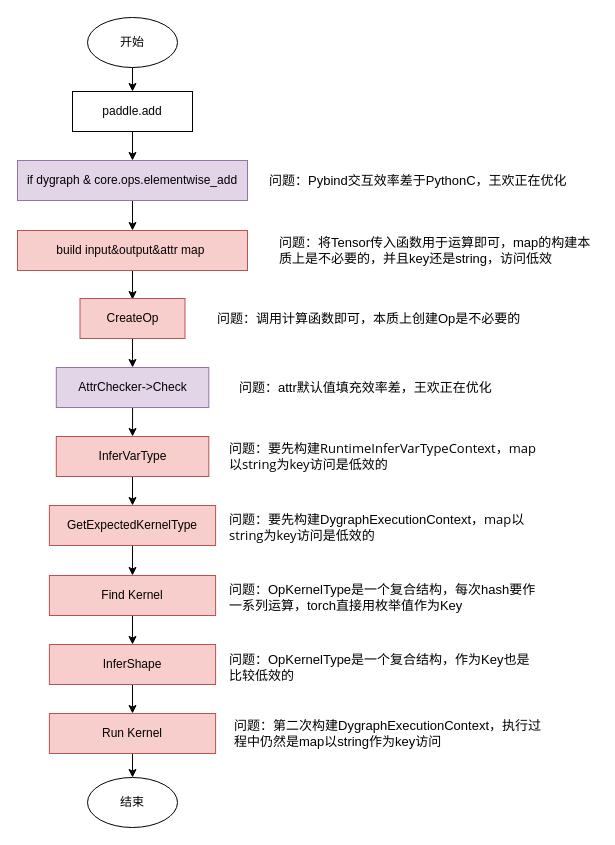
Above: page "paddle-path" (4 of 14) of op2func.drawio in chenwhql/diagrams (draw.io), before the change. Source tidied: cells renumbered, new cells numbered last; positions are measured from the earlier drawing's top-left corner, leaving out a move shared by most shapes. Both pictures are drawn from the tidied source at 100%, with x=0, y=0 at pixel (17, 17).
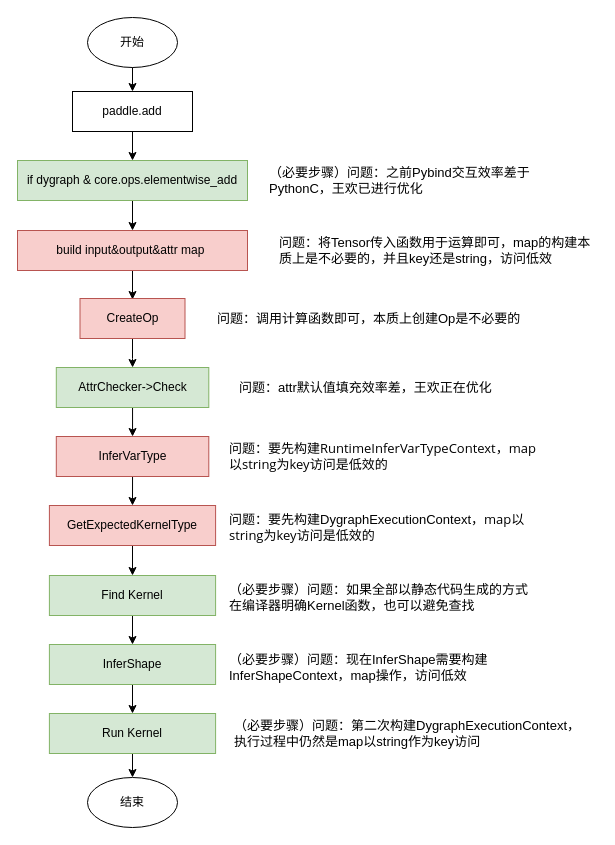
After the change.

Change to the diagram source:
```diff
@@
-    <mxCell id="5" value="if dygraph &amp;amp; core.ops.elementwise_add" style="rounded=0;whiteSpace=wrap;html=1;fillColor=#e1d5e7;strokeColor=#9673a6;" parent="1" vertex="1">
+    <mxCell id="5" value="if dygraph &amp;amp; core.ops.elementwise_add" style="rounded=0;whiteSpace=wrap;html=1;fillColor=#d5e8d4;strokeColor=#82b366;" parent="1" vertex="1">
       <mxGeometry y="143" width="230" height="40" as="geometry" />
     </mxCell>
@@
-    <mxCell id="11" value="AttrChecker-&amp;gt;Check" style="rounded=0;whiteSpace=wrap;html=1;fillColor=#e1d5e7;strokeColor=#9673a6;" parent="1" vertex="1">
+    <mxCell id="11" value="AttrChecker-&amp;gt;Check" style="rounded=0;whiteSpace=wrap;html=1;fillColor=#d5e8d4;strokeColor=#82b366;" parent="1" vertex="1">
       <mxGeometry x="38.8" y="350" width="152.5" height="40" as="geometry" />
     </mxCell>
@@
-    <mxCell id="17" value="Find Kernel" style="rounded=0;whiteSpace=wrap;html=1;fillColor=#f8cecc;strokeColor=#b85450;" parent="1" vertex="1">
+    <mxCell id="17" value="Find Kernel" style="rounded=0;whiteSpace=wrap;html=1;fillColor=#d5e8d4;strokeColor=#82b366;" parent="1" vertex="1">
       <mxGeometry x="31.9" y="558" width="166.2" height="40" as="geometry" />
     </mxCell>
@@
-    <mxCell id="19" value="InferShape" style="rounded=0;whiteSpace=wrap;html=1;fillColor=#f8cecc;strokeColor=#b85450;" parent="1" vertex="1">
+    <mxCell id="19" value="InferShape" style="rounded=0;whiteSpace=wrap;html=1;fillColor=#d5e8d4;strokeColor=#82b366;" parent="1" vertex="1">
       <mxGeometry x="31.9" y="627" width="166.2" height="40" as="geometry" />
     </mxCell>
@@
-    <mxCell id="21" value="Run Kernel" style="rounded=0;whiteSpace=wrap;html=1;fillColor=#f8cecc;strokeColor=#b85450;" parent="1" vertex="1">
+    <mxCell id="21" value="Run Kernel" style="rounded=0;whiteSpace=wrap;html=1;fillColor=#d5e8d4;strokeColor=#82b366;" parent="1" vertex="1">
       <mxGeometry x="31.9" y="696" width="166.2" height="40" as="geometry" />
     </mxCell>
@@
-    <mxCell id="29" value="问题：OpKernelType是一个复合结构，每次hash要作一系列运算，torch直接用枚举值作为Key" style="text;html=1;strokeColor=none;fillColor=none;align=left;verticalAlign=middle;whiteSpace=wrap;rounded=0;labelBackgroundColor=#ffffff;fontSize=13;fontColor=#000000;" parent="1" vertex="1">
+    <mxCell id="29" value="（必要步骤）问题：如果全部以静态代码生成的方式在编译器明确Kernel函数，也可以避免查找" style="text;html=1;strokeColor=none;fillColor=none;align=left;verticalAlign=middle;whiteSpace=wrap;rounded=0;labelBackgroundColor=#ffffff;fontSize=13;fontColor=#000000;" parent="1" vertex="1">
       <mxGeometry x="210" y="570" width="310" height="20" as="geometry" />
     </mxCell>
-    <mxCell id="30" value="问题：OpKernelType是一个复合结构，作为Key也是比较低效的" style="text;html=1;strokeColor=none;fillColor=none;align=left;verticalAlign=middle;whiteSpace=wrap;rounded=0;labelBackgroundColor=#ffffff;fontSize=13;fontColor=#000000;" parent="1" vertex="1">
+    <mxCell id="30" value="（必要步骤）问题：现在InferShape需要构建InferShapeContext，map操作，访问低效" style="text;html=1;strokeColor=none;fillColor=none;align=left;verticalAlign=middle;whiteSpace=wrap;rounded=0;labelBackgroundColor=#ffffff;fontSize=13;fontColor=#000000;" parent="1" vertex="1">
       <mxGeometry x="210" y="640" width="310" height="20" as="geometry" />
     </mxCell>
@@
-    <mxCell id="32" value="问题：第二次构建DygraphExecutionContext，执行过程中仍然是map以string作为key访问" style="text;html=1;strokeColor=none;fillColor=none;align=left;verticalAlign=middle;whiteSpace=wrap;rounded=0;labelBackgroundColor=#ffffff;fontSize=13;fontColor=#000000;" parent="1" vertex="1">
-      <mxGeometry x="215" y="706" width="310" height="20" as="geometry" />
+    <mxCell id="32" value="（必要步骤）问题：第二次构建DygraphExecutionContext，执行过程中仍然是map以string作为key访问" style="text;html=1;strokeColor=none;fillColor=none;align=left;verticalAlign=middle;whiteSpace=wrap;rounded=0;labelBackgroundColor=#ffffff;fontSize=13;fontColor=#000000;" parent="1" vertex="1">
+      <mxGeometry x="215" y="706" width="355" height="20" as="geometry" />
     </mxCell>
-    <mxCell id="33" value="问题：Pybind交互效率差于PythonC，王欢正在优化" style="text;html=1;strokeColor=none;fillColor=none;align=left;verticalAlign=middle;whiteSpace=wrap;rounded=0;labelBackgroundColor=#ffffff;fontSize=13;fontColor=#000000;" parent="1" vertex="1">
+    <mxCell id="33" value="（必要步骤）问题：之前Pybind交互效率差于PythonC，王欢已进行优化" style="text;html=1;strokeColor=none;fillColor=none;align=left;verticalAlign=middle;whiteSpace=wrap;rounded=0;labelBackgroundColor=#ffffff;fontSize=13;fontColor=#000000;" parent="1" vertex="1">
       <mxGeometry x="250" y="153" width="320" height="20" as="geometry" />
     </mxCell>
```
